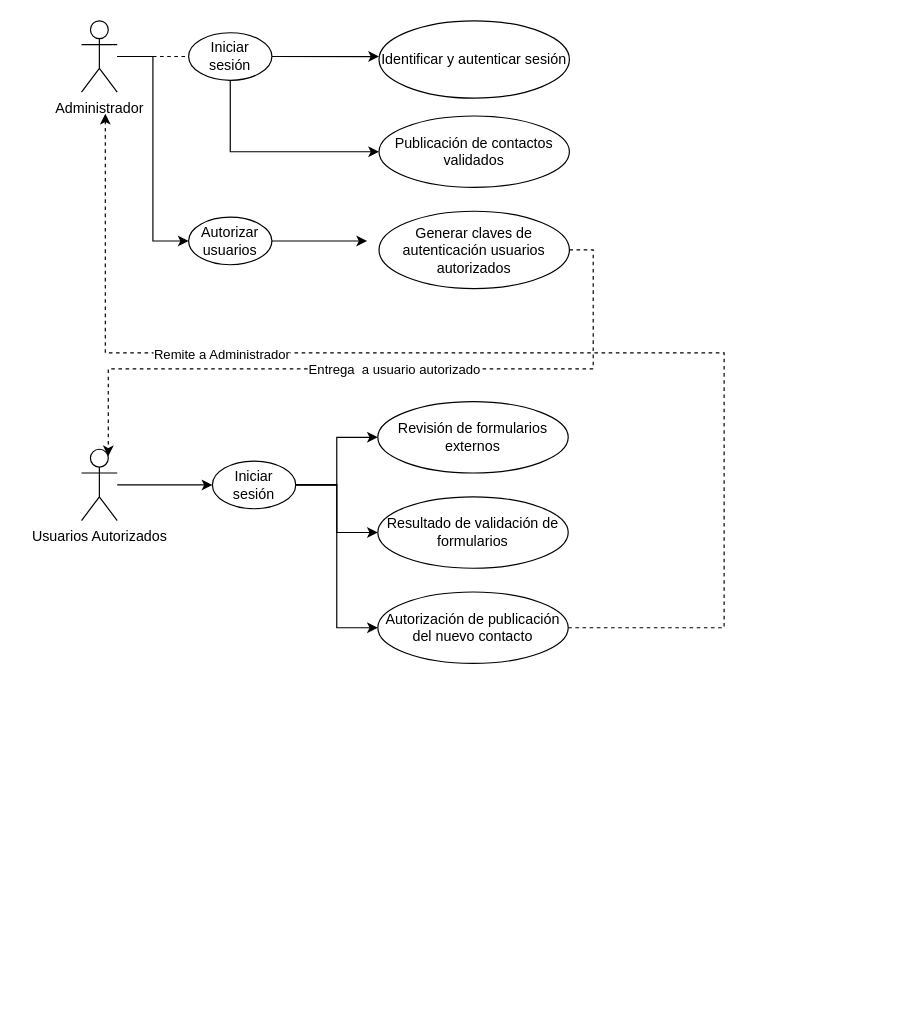
This is Untitled Diagram.drawio from sansoris/Ciclo3, a draw.io file, before an edit. Source tidied: cells renumbered, new cells numbered last; positions are measured from the earlier drawing's top-left corner, leaving out a move shared by most shapes. Both pictures are drawn from the tidied source at 119%, with x=0, y=0 at pixel (81, 20).
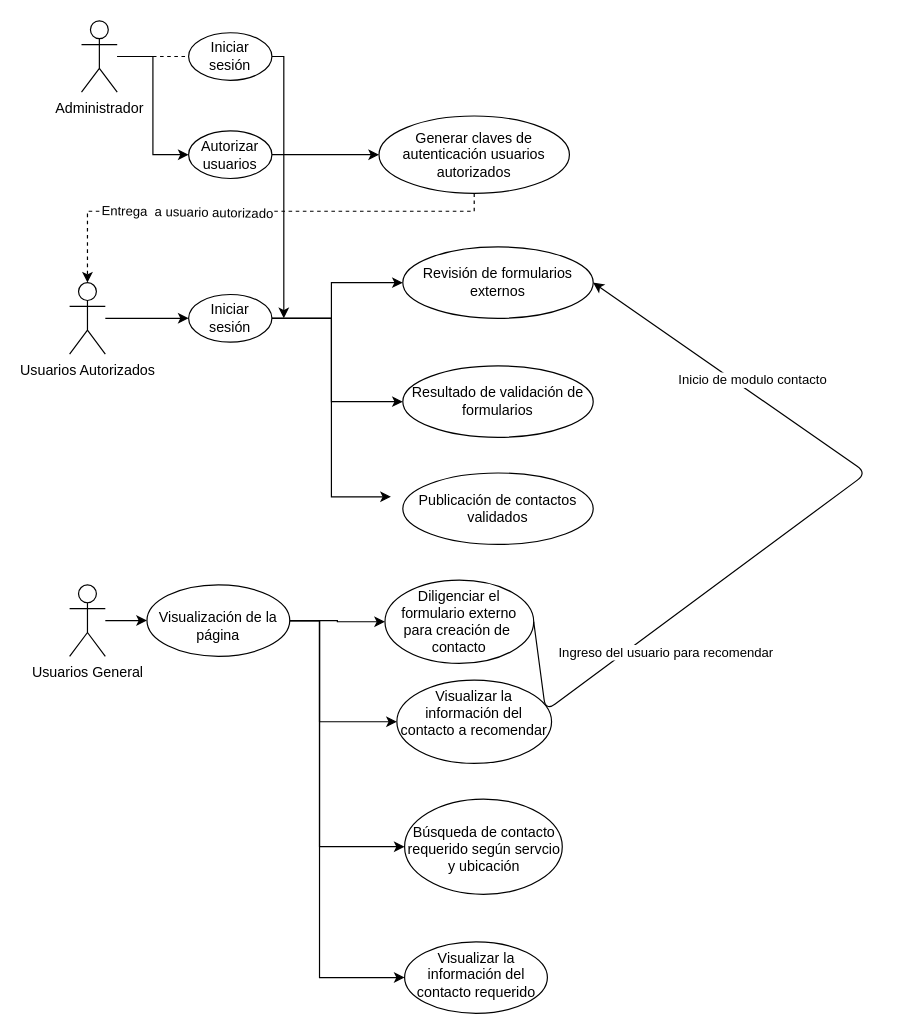
Above is the later version.

Unchanged cells that the change refers to:
```xml
<mxCell id="6" value="Iniciar sesión" style="ellipse;whiteSpace=wrap;html=1;" parent="1" vertex="1">
  <mxGeometry x="90" y="10" width="70" height="40" as="geometry" />
</mxCell>
```

The edit, as a diff of the source:
```diff
@@
+    <mxCell id="26" style="edgeStyle=orthogonalEdgeStyle;rounded=0;jettySize=auto;html=1;exitX=1;exitY=0.5;exitDx=0;exitDy=0;" parent="1" edge="1" source="6">
+      <mxGeometry relative="1" as="geometry">
+        <mxPoint x="170" y="250" as="targetPoint" />
+        <Array as="points">
+          <mxPoint x="170" y="30" />
+        </Array>
+      </mxGeometry>
+    </mxCell>
@@
-    <mxCell id="4" style="edgeStyle=orthogonalEdgeStyle;rounded=0;jettySize=auto;html=1;exitX=0.5;exitY=1;exitDx=0;exitDy=0;entryX=0;entryY=0.5;entryDx=0;entryDy=0;" parent="1" edge="1" source="6" target="18">
-      <mxGeometry relative="1" as="geometry" />
-    </mxCell>
-    <mxCell id="5" style="edgeStyle=orthogonalEdgeStyle;rounded=0;jettySize=auto;html=1;exitX=1;exitY=0.5;exitDx=0;exitDy=0;entryX=0;entryY=0.462;entryDx=0;entryDy=0;entryPerimeter=0;" parent="1" edge="1" source="6" target="7">
-      <mxGeometry relative="1" as="geometry" />
-    </mxCell>
@@
-    <mxCell id="7" value="Identificar y autenticar sesión" style="ellipse;whiteSpace=wrap;html=1;" parent="1" vertex="1">
-      <mxGeometry x="250" width="160" height="65" as="geometry" />
-    </mxCell>
-    <mxCell id="8" style="edgeStyle=orthogonalEdgeStyle;rounded=0;jettySize=auto;html=1;exitX=1;exitY=0.5;exitDx=0;exitDy=0;" parent="1" edge="1" source="9">
-      <mxGeometry relative="1" as="geometry">
-        <mxPoint x="240" y="185" as="targetPoint" />
-      </mxGeometry>
+    <mxCell id="8" style="edgeStyle=orthogonalEdgeStyle;rounded=0;jettySize=auto;html=1;exitX=1;exitY=0.5;exitDx=0;exitDy=0;entryX=0;entryY=0.5;entryDx=0;entryDy=0;" parent="1" edge="1" source="9" target="12">
+      <mxGeometry relative="1" as="geometry" />
     </mxCell>
     <mxCell id="9" value="Autorizar usuarios" style="ellipse;whiteSpace=wrap;html=1;" parent="1" vertex="1">
-      <mxGeometry x="90" y="165" width="70" height="40" as="geometry" />
+      <mxGeometry x="90" y="92.5" width="70" height="40" as="geometry" />
     </mxCell>
-    <mxCell id="10" style="edgeStyle=orthogonalEdgeStyle;rounded=0;jettySize=auto;html=1;exitX=1;exitY=0.5;exitDx=0;exitDy=0;entryX=0.75;entryY=0.1;entryDx=0;entryDy=0;entryPerimeter=0;dashed=1;" parent="1" edge="1" source="12" target="20">
-      <mxGeometry relative="1" as="geometry" />
+    <mxCell id="10" style="edgeStyle=orthogonalEdgeStyle;rounded=0;jettySize=auto;html=1;exitX=0.5;exitY=1;exitDx=0;exitDy=0;dashed=1;" parent="1" edge="1" source="12">
+      <mxGeometry relative="1" as="geometry">
+        <mxPoint x="5" y="220" as="targetPoint" />
+        <Array as="points">
+          <mxPoint x="330" y="160" />
+          <mxPoint x="5" y="160" />
+        </Array>
+      </mxGeometry>
     </mxCell>
-    <mxCell id="11" value="Entrega&amp;nbsp; a usuario autorizado" style="edgeLabel;html=1;align=center;verticalAlign=middle;" parent="10" vertex="1">
-      <mxGeometry x="-0.04" relative="1" as="geometry" />
+    <mxCell id="11" value="Entrega&amp;nbsp; a usuario autorizado" style="edgeLabel;html=1;align=center;verticalAlign=middle;rotation=1;" parent="10" vertex="1">
+      <mxGeometry x="-0.04" relative="1" as="geometry">
+        <mxPoint x="-64" as="offset" />
+      </mxGeometry>
     </mxCell>
     <mxCell id="12" value="Generar claves de autenticación usuarios autorizados" style="ellipse;whiteSpace=wrap;html=1;" parent="1" vertex="1">
-      <mxGeometry x="250" y="160" width="160" height="65" as="geometry" />
+      <mxGeometry x="250" y="80" width="160" height="65" as="geometry" />
     </mxCell>
     <mxCell id="13" value="Revisión de formularios externos" style="ellipse;whiteSpace=wrap;html=1;" parent="1" vertex="1">
-      <mxGeometry x="249" y="320" width="160" height="60" as="geometry" />
+      <mxGeometry x="270" y="190" width="160" height="60" as="geometry" />
     </mxCell>
     <mxCell id="14" value="Resultado de validación de formularios" style="ellipse;whiteSpace=wrap;html=1;" parent="1" vertex="1">
-      <mxGeometry x="249" y="400" width="160" height="60" as="geometry" />
+      <mxGeometry x="270" y="290" width="160" height="60" as="geometry" />
     </mxCell>
-    <mxCell id="15" style="edgeStyle=orthogonalEdgeStyle;rounded=0;jettySize=auto;html=1;exitX=1;exitY=0.5;exitDx=0;exitDy=0;dashed=1;" parent="1" edge="1" source="17">
-      <mxGeometry relative="1" as="geometry">
-        <mxPoint x="20" y="78" as="targetPoint" />
-        <Array as="points">
-          <mxPoint x="540" y="510" />
-          <mxPoint x="540" y="279" />
-          <mxPoint x="20" y="279" />
-        </Array>
-      </mxGeometry>
-    </mxCell>
-    <mxCell id="16" value="Remite a Administrador" style="edgeLabel;html=1;align=center;verticalAlign=middle;" parent="15" vertex="1">
-      <mxGeometry x="0.45" y="1" relative="1" as="geometry" />
-    </mxCell>
-    <mxCell id="17" value="Autorización de publicación del nuevo contacto" style="ellipse;whiteSpace=wrap;html=1;" parent="1" vertex="1">
-      <mxGeometry x="249" y="480" width="160" height="60" as="geometry" />
-    </mxCell>
     <mxCell id="18" value="Publicación de contactos validados" style="ellipse;whiteSpace=wrap;html=1;" parent="1" vertex="1">
-      <mxGeometry x="250" y="80" width="160" height="60" as="geometry" />
+      <mxGeometry x="270" y="380" width="160" height="60" as="geometry" />
     </mxCell>
@@
     <mxCell id="20" value="Usuarios Autorizados" style="shape=umlActor;verticalLabelPosition=bottom;verticalAlign=top;html=1;outlineConnect=0;" parent="1" vertex="1">
-      <mxGeometry y="360" width="30" height="60" as="geometry" />
+      <mxGeometry x="-10" y="220" width="30" height="60" as="geometry" />
     </mxCell>
@@
     <mxCell id="22" style="edgeStyle=orthogonalEdgeStyle;rounded=0;jettySize=auto;html=1;exitX=1;exitY=0.5;exitDx=0;exitDy=0;entryX=0;entryY=0.5;entryDx=0;entryDy=0;" parent="1" edge="1" source="25" target="13">
-      <mxGeometry relative="1" as="geometry" />
+      <mxGeometry relative="1" as="geometry">
+        <Array as="points">
+          <mxPoint x="210" y="250" />
+          <mxPoint x="210" y="220" />
+        </Array>
+      </mxGeometry>
     </mxCell>
     <mxCell id="23" style="edgeStyle=orthogonalEdgeStyle;rounded=0;jettySize=auto;html=1;exitX=1;exitY=0.5;exitDx=0;exitDy=0;entryX=0;entryY=0.5;entryDx=0;entryDy=0;" parent="1" edge="1" source="25" target="14">
-      <mxGeometry relative="1" as="geometry" />
+      <mxGeometry relative="1" as="geometry">
+        <Array as="points">
+          <mxPoint x="210" y="250" />
+          <mxPoint x="210" y="320" />
+        </Array>
+      </mxGeometry>
     </mxCell>
-    <mxCell id="24" style="edgeStyle=orthogonalEdgeStyle;rounded=0;jettySize=auto;html=1;exitX=1;exitY=0.5;exitDx=0;exitDy=0;entryX=0;entryY=0.5;entryDx=0;entryDy=0;" parent="1" edge="1" source="25" target="17">
-      <mxGeometry relative="1" as="geometry" />
-    </mxCell>
     <mxCell id="25" value="Iniciar sesión" style="ellipse;whiteSpace=wrap;html=1;" parent="1" vertex="1">
-      <mxGeometry x="110" y="370" width="70" height="40" as="geometry" />
+      <mxGeometry x="90" y="230" width="70" height="40" as="geometry" />
     </mxCell>
+    <mxCell id="27" style="edgeStyle=orthogonalEdgeStyle;rounded=0;jettySize=auto;html=1;exitX=1;exitY=0.5;exitDx=0;exitDy=0;" parent="1" edge="1" source="25">
+      <mxGeometry relative="1" as="geometry">
+        <mxPoint x="260" y="400" as="targetPoint" />
+        <Array as="points">
+          <mxPoint x="210" y="250" />
+          <mxPoint x="210" y="400" />
+        </Array>
+      </mxGeometry>
+    </mxCell>
+    <mxCell id="28" style="edgeStyle=orthogonalEdgeStyle;rounded=0;jettySize=auto;html=1;" parent="1" edge="1" source="29" target="34">
+      <mxGeometry relative="1" as="geometry" />
+    </mxCell>
+    <mxCell id="29" value="Usuarios General" style="shape=umlActor;verticalLabelPosition=bottom;verticalAlign=top;html=1;outlineConnect=0;" parent="1" vertex="1">
+      <mxGeometry x="-10" y="474" width="30" height="60" as="geometry" />
+    </mxCell>
+    <mxCell id="30" style="edgeStyle=orthogonalEdgeStyle;rounded=0;jettySize=auto;html=1;" parent="1" edge="1" source="34" target="35">
+      <mxGeometry relative="1" as="geometry" />
+    </mxCell>
+    <mxCell id="31" style="edgeStyle=orthogonalEdgeStyle;rounded=0;jettySize=auto;html=1;entryX=0;entryY=0.5;entryDx=0;entryDy=0;" parent="1" edge="1" source="34" target="36">
+      <mxGeometry relative="1" as="geometry">
+        <Array as="points">
+          <mxPoint x="200" y="504" />
+          <mxPoint x="200" y="694" />
+        </Array>
+      </mxGeometry>
+    </mxCell>
+    <mxCell id="32" style="edgeStyle=orthogonalEdgeStyle;rounded=0;jettySize=auto;html=1;entryX=0;entryY=0.5;entryDx=0;entryDy=0;" parent="1" edge="1" source="34" target="37">
+      <mxGeometry relative="1" as="geometry">
+        <Array as="points">
+          <mxPoint x="200" y="504" />
+          <mxPoint x="200" y="589" />
+        </Array>
+      </mxGeometry>
+    </mxCell>
+    <mxCell id="33" style="edgeStyle=orthogonalEdgeStyle;rounded=0;jettySize=auto;html=1;entryX=0;entryY=0.5;entryDx=0;entryDy=0;" parent="1" edge="1" source="34" target="38">
+      <mxGeometry relative="1" as="geometry">
+        <Array as="points">
+          <mxPoint x="200" y="504" />
+          <mxPoint x="200" y="804" />
+        </Array>
+      </mxGeometry>
+    </mxCell>
+    <mxCell id="34" value="&lt;br&gt;Visualización de la &lt;br&gt;página" style="ellipse;whiteSpace=wrap;html=1;verticalAlign=top;" parent="1" vertex="1">
+      <mxGeometry x="55" y="474" width="120" height="60" as="geometry" />
+    </mxCell>
+    <mxCell id="35" value="Diligenciar el formulario externo para creación de&amp;nbsp; contacto" style="ellipse;whiteSpace=wrap;html=1;verticalAlign=top;" parent="1" vertex="1">
+      <mxGeometry x="255" y="470" width="125" height="70" as="geometry" />
+    </mxCell>
+    <mxCell id="36" value="&lt;br&gt;Búsqueda de contacto requerido según servcio y ubicación" style="ellipse;whiteSpace=wrap;html=1;verticalAlign=top;" parent="1" vertex="1">
+      <mxGeometry x="271.5" y="654" width="132.5" height="80" as="geometry" />
+    </mxCell>
+    <mxCell id="37" value="Visualizar la información del contacto a recomendar" style="ellipse;whiteSpace=wrap;html=1;verticalAlign=top;" parent="1" vertex="1">
+      <mxGeometry x="265" y="554" width="130" height="70" as="geometry" />
+    </mxCell>
+    <mxCell id="38" value="Visualizar la información del contacto requerido" style="ellipse;whiteSpace=wrap;html=1;verticalAlign=top;" parent="1" vertex="1">
+      <mxGeometry x="271.5" y="774" width="120" height="60" as="geometry" />
+    </mxCell>
+    <mxCell id="39" style="endArrow=classic;html=1;exitX=1;exitY=0.5;exitDx=0;exitDy=0;entryX=1;entryY=0.5;entryDx=0;entryDy=0;" parent="1" edge="1" source="35" target="13">
+      <mxGeometry relative="1" as="geometry">
+        <Array as="points">
+          <mxPoint x="390" y="580" />
+          <mxPoint x="660" y="380" />
+        </Array>
+      </mxGeometry>
+    </mxCell>
+    <mxCell id="40" value="Ingreso del usuario para recomendar" style="edgeLabel;html=1;align=center;verticalAlign=middle;" parent="39" vertex="1">
+      <mxGeometry relative="1" as="geometry">
+        <mxPoint x="-117" y="111" as="offset" />
+      </mxGeometry>
+    </mxCell>
+    <mxCell id="41" value="Inicio de modulo contacto" style="edgeLabel;html=1;align=left;verticalAlign=bottom;" parent="39" vertex="1">
+      <mxGeometry x="-1" relative="1" as="geometry">
+        <mxPoint x="120" y="-195" as="offset" />
+      </mxGeometry>
+    </mxCell>
```
